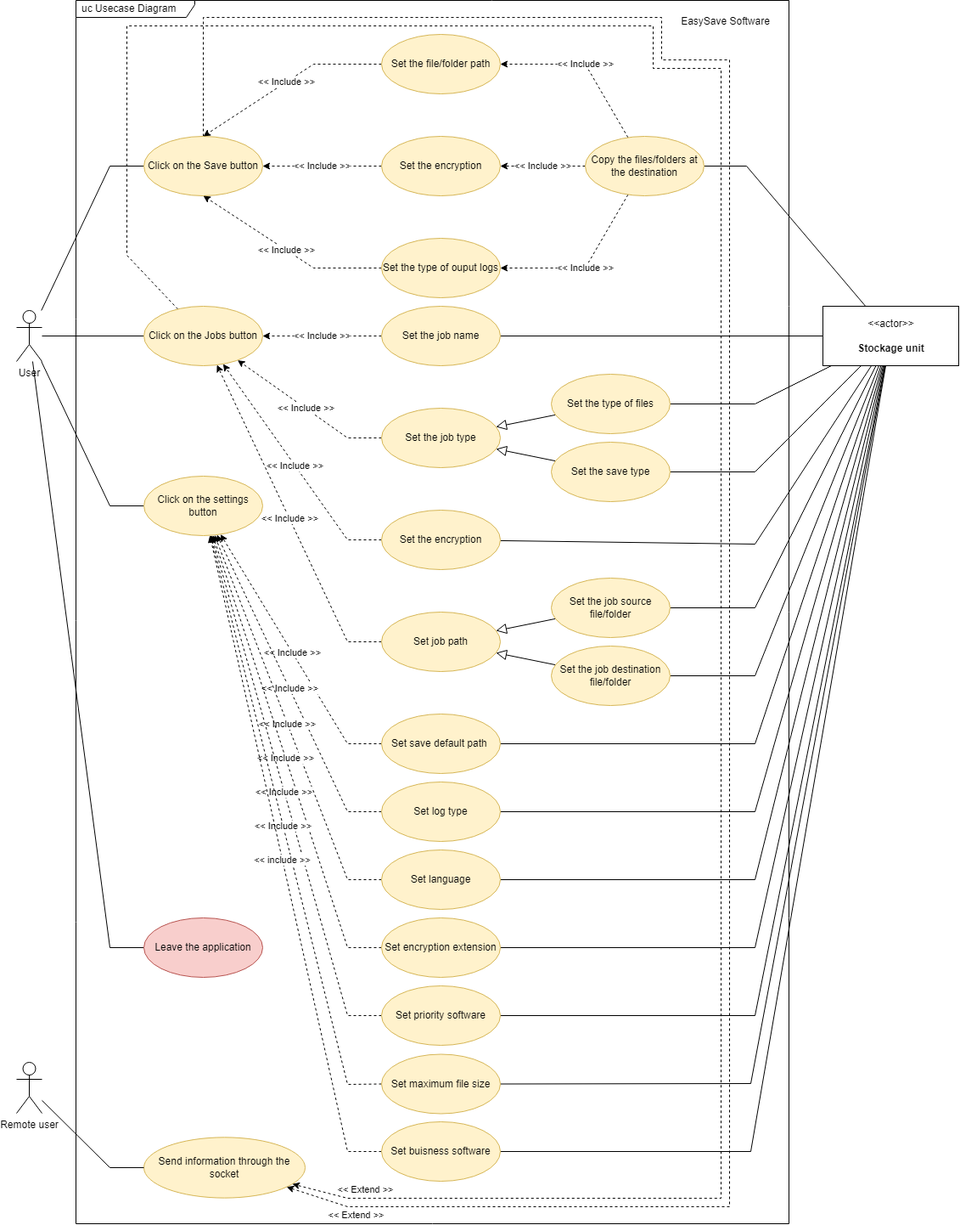
This is CDC/3.0/usecase_diagram.png from Atineon/easysave_production, a draw.io export, as it was before one commit. Source tidied: cells renumbered, new cells last; positions are measured from the earlier drawing's top-left corner, leaving out a move shared by most shapes.
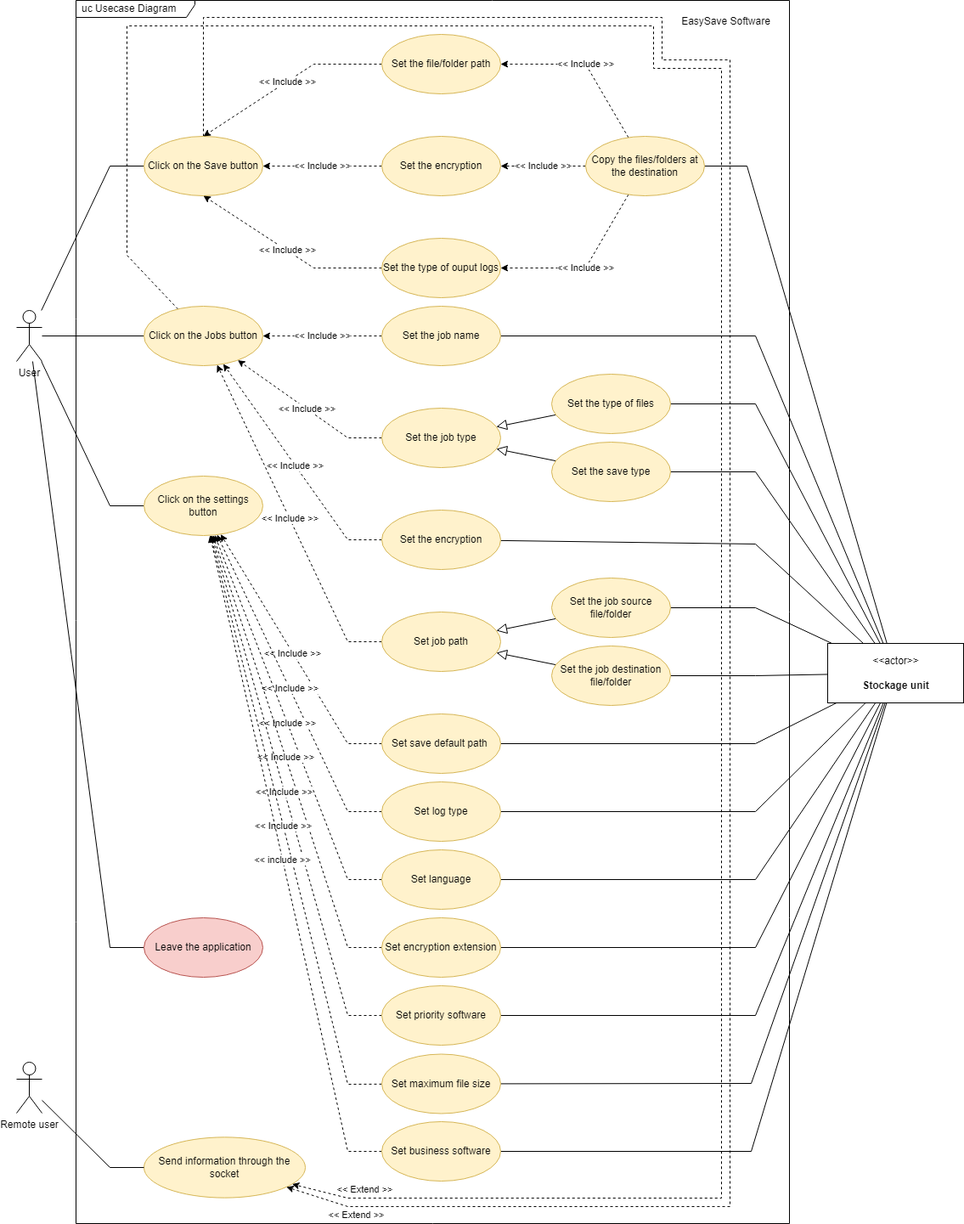
After the change.

Commit message:
fix: usecase diagram

What changed in the source:
```diff
@@ -57,7 +57,11 @@
       <mxGeometry x="150" y="160" width="140" height="70" as="geometry" />
     </mxCell>
     <mxCell id="13" style="edgeStyle=none;rounded=0;jettySize=auto;html=1;endArrow=none;endFill=0;endSize=10;" parent="1" edge="1" source="20" target="36">
-      <mxGeometry relative="1" as="geometry" />
+      <mxGeometry relative="1" as="geometry">
+        <Array as="points">
+          <mxPoint x="870" y="395" />
+        </Array>
+      </mxGeometry>
     </mxCell>
     <mxCell id="14" style="edgeStyle=none;rounded=0;jettySize=auto;html=1;endArrow=none;endFill=0;endSize=6;" parent="1" edge="1" source="20" target="48">
       <mxGeometry relative="1" as="geometry">
@@ -102,7 +106,7 @@
       </mxGeometry>
     </mxCell>
     <mxCell id="20" value="&amp;lt;&amp;lt;actor&amp;gt;&amp;gt;&lt;br&gt;&lt;br&gt;&lt;b&gt;Stockage unit&lt;/b&gt;" style="html=1;align=center;verticalAlign=middle;dashed=0;" parent="1" vertex="1">
-      <mxGeometry x="950" y="360" width="160" height="70" as="geometry" />
+      <mxGeometry x="955" y="757" width="160" height="70" as="geometry" />
     </mxCell>
     <mxCell id="21" value="&amp;lt;&amp;lt; Include &amp;gt;&amp;gt;" style="rounded=0;jettySize=auto;html=1;entryX=0.5;entryY=0;entryDx=0;entryDy=0;dashed=1;" parent="1" edge="1" source="28" target="12">
       <mxGeometry relative="1" as="geometry">
@@ -358,7 +362,7 @@
         </Array>
       </mxGeometry>
     </mxCell>
-    <mxCell id="73" value="Set buisness software" style="ellipse;whiteSpace=wrap;html=1;strokeColor=#d6b656;fillColor=#fff2cc;" parent="1" vertex="1">
+    <mxCell id="73" value="Set business software" style="ellipse;whiteSpace=wrap;html=1;strokeColor=#d6b656;fillColor=#fff2cc;" parent="1" vertex="1">
       <mxGeometry x="430" y="1320" width="140" height="70" as="geometry" />
     </mxCell>
   </root>
```
